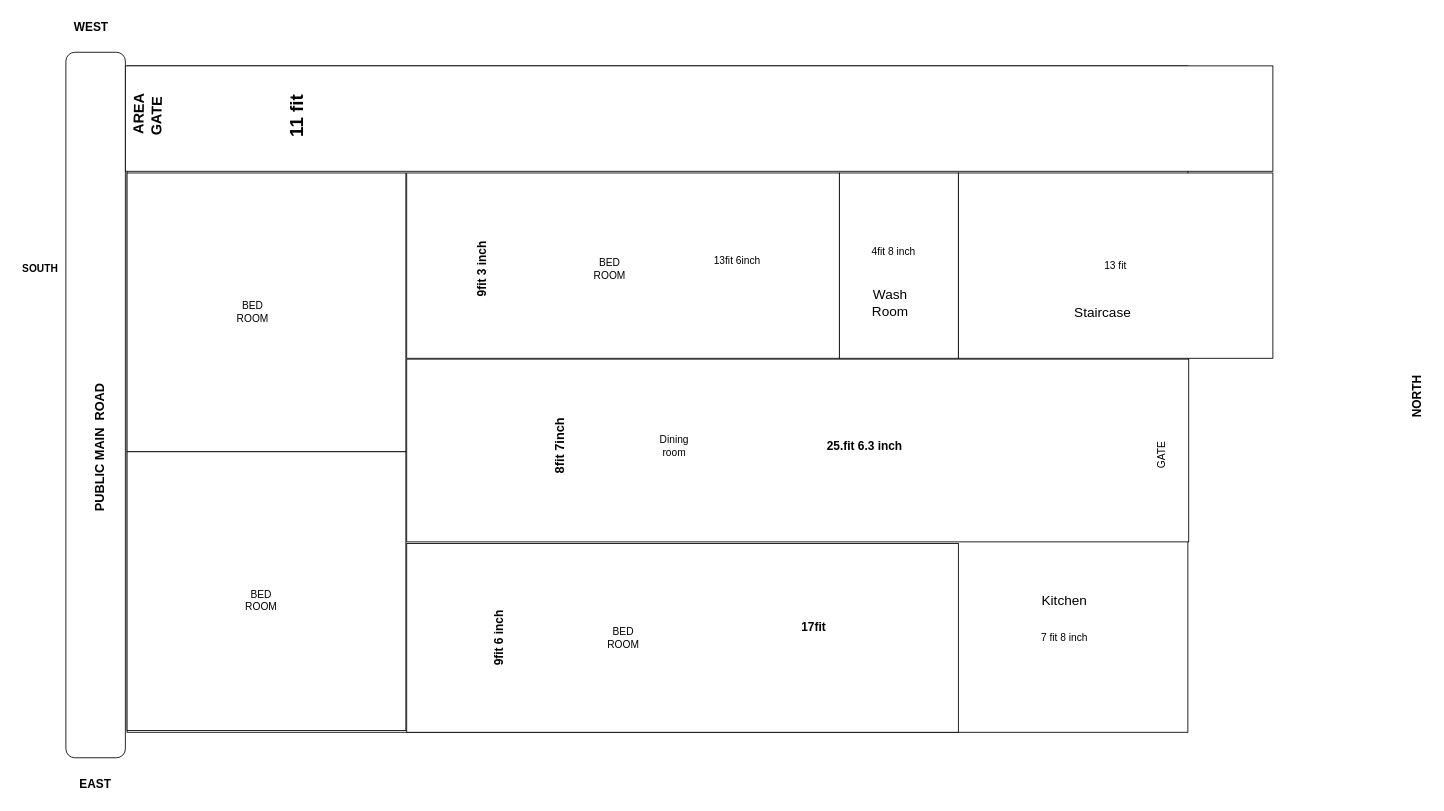
Earlier version of the draw.io diagram Untitled Diagram.drawio (yeasinalicse/demo). Source tidied: cells renumbered, new cells numbered last; positions are measured from the earlier drawing's top-left corner, leaving out a move shared by most shapes. Both pictures are drawn from the tidied source at 85%, with x=0, y=0 at pixel (-20, 14).
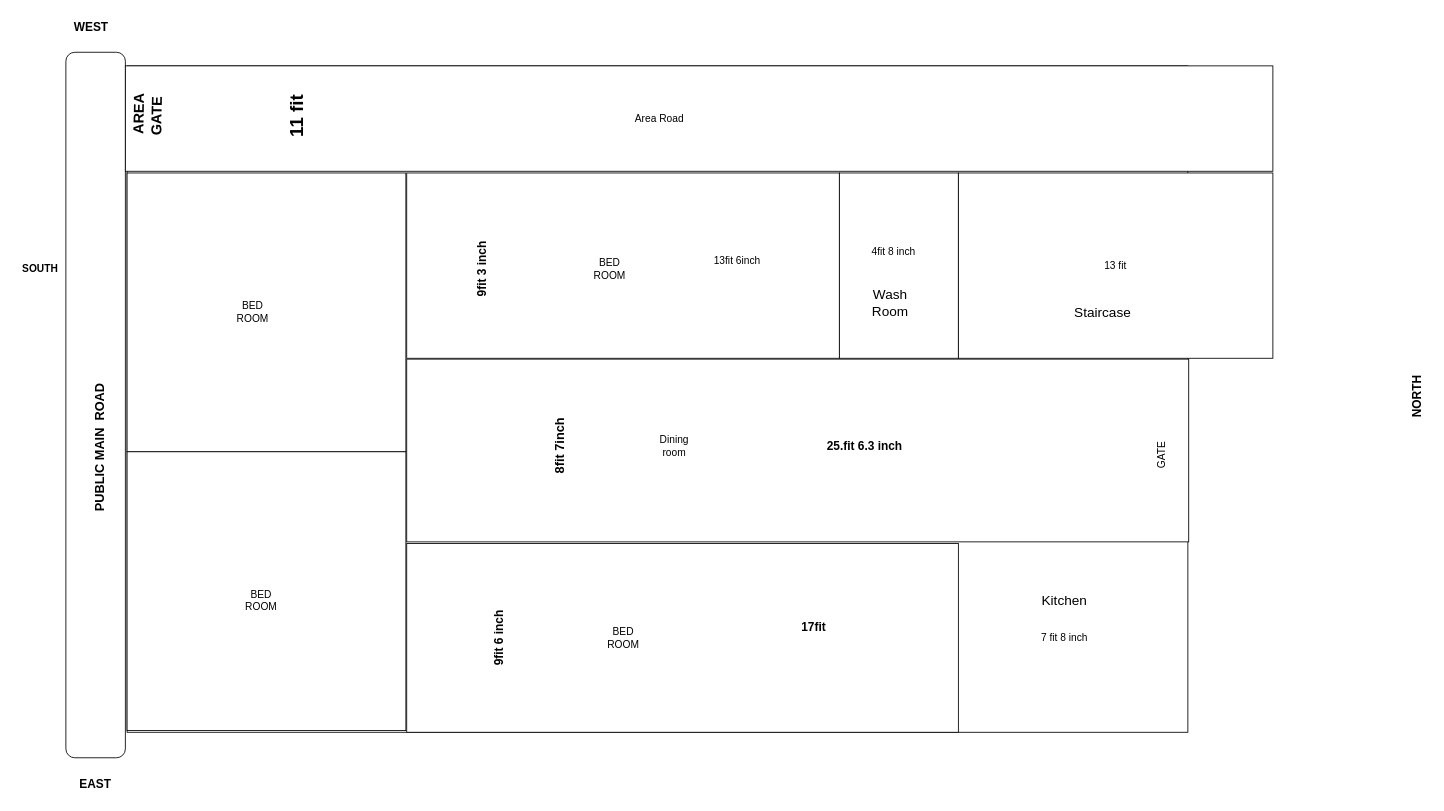
The same page after the edit.

Change to the diagram source:
```diff
@@
+    <mxCell id="37" value="Area Road" style="text;html=1;align=center;verticalAlign=middle;whiteSpace=wrap;rounded=0;" parent="1" vertex="1">
+      <mxGeometry x="725.5" y="107" width="144.5" height="30" as="geometry" />
+    </mxCell>
```
